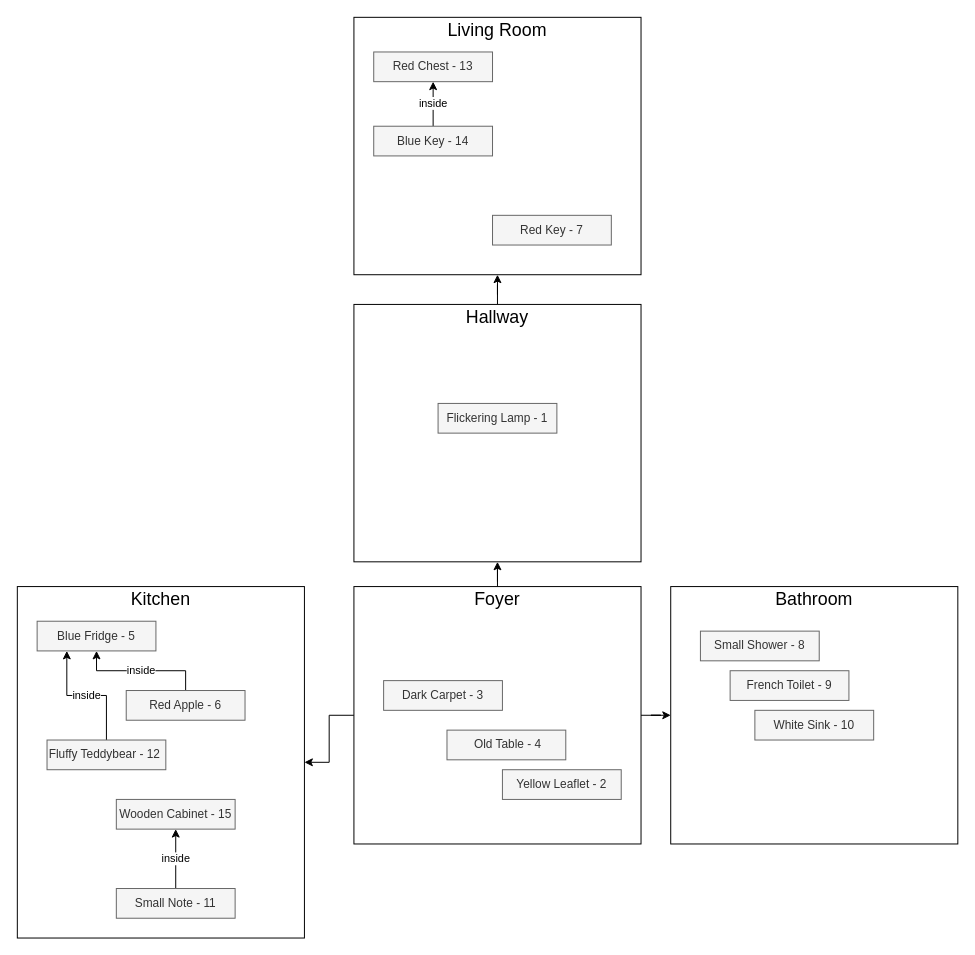
Above: ressources/Map.drawio in CribberSix/finding_earl_minigame (draw.io), before the change. Source tidied: cells renumbered, new cells numbered last; positions are measured from the earlier drawing's top-left corner, leaving out a move shared by most shapes. Both pictures are drawn from the tidied source at 99%, with x=0, y=0 at pixel (17, 17).
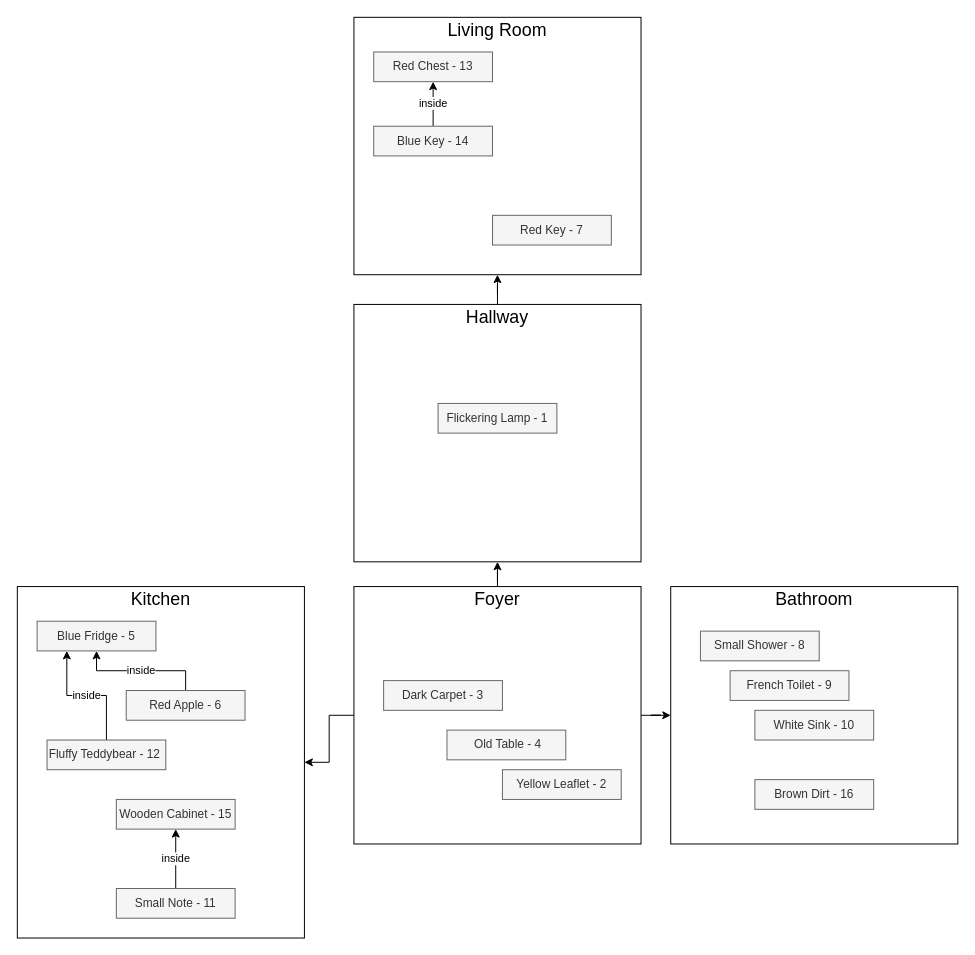
After the change.

Diff of the diagram source:
```diff
@@
+    <mxCell id="35" value="Brown Dirt - 16" style="rounded=0;whiteSpace=wrap;html=1;fillColor=#f5f5f5;strokeColor=#666666;fontColor=#333333;" parent="1" vertex="1">
+      <mxGeometry x="745" y="770" width="120" height="30" as="geometry" />
+    </mxCell>
```
